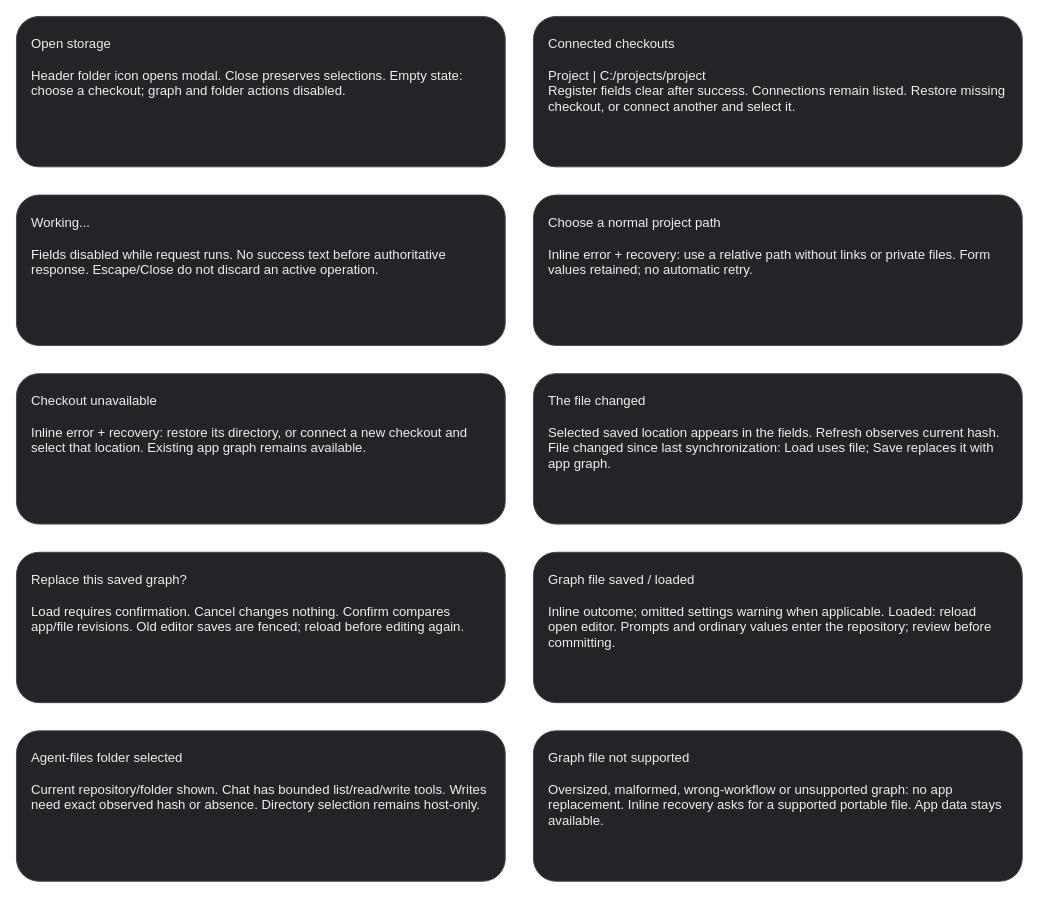
Before: page "Storage states and interactions" (2 of 2) of projects/laomedo/subsystems/agent-execution/design/project-storage.drawio in amadou-6e/specs, a draw.io diagram. Source tidied: cells renumbered, new cells numbered last; positions are measured from the earlier drawing's top-left corner, leaving out a move shared by most shapes. Both pictures are drawn from the tidied source at 94%, with x=0, y=0 at pixel (16, 16).
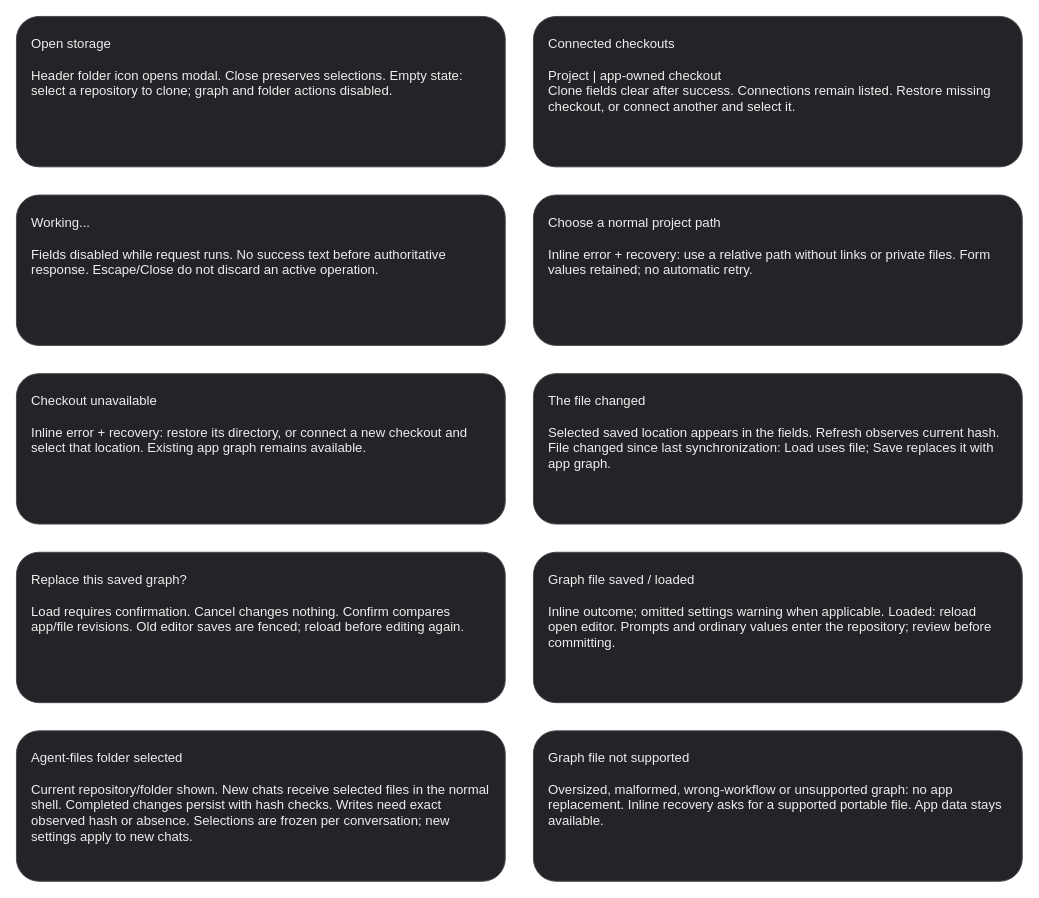
The same page after the edit.

Commit message (it also covers changes not shown here):
docs: specify cloned repositories and native chat file workspaces

The edit, as a diff of the source:
```diff
@@
 <mxGraphModel>
   <root>
     <mxCell id="0" />
     <mxCell id="1" parent="0" />
-    <mxCell id="2" value="Open storage&#10;&#10;Header folder icon opens modal. Close preserves selections. Empty state: choose a checkout; graph and folder actions disabled." style="rounded=1;whiteSpace=wrap;fillColor=#242428;fontColor=#eeeeee;strokeColor=#45454b;align=left;verticalAlign=top;spacing=16;fontSize=14;" parent="1" vertex="1">
+    <mxCell id="2" value="Open storage&#10;&#10;Header folder icon opens modal. Close preserves selections. Empty state: select a repository to clone; graph and folder actions disabled." style="rounded=1;whiteSpace=wrap;fillColor=#242428;fontColor=#eeeeee;strokeColor=#45454b;align=left;verticalAlign=top;spacing=16;fontSize=14;" parent="1" vertex="1">
       <mxGeometry width="520" height="160" as="geometry" />
     </mxCell>
-    <mxCell id="3" value="Connected checkouts&#10;&#10;Project | C:/projects/project&#10;Register fields clear after success. Connections remain listed. Restore missing checkout, or connect another and select it." style="rounded=1;whiteSpace=wrap;fillColor=#242428;fontColor=#eeeeee;strokeColor=#45454b;align=left;verticalAlign=top;spacing=16;fontSize=14;" parent="1" vertex="1">
+    <mxCell id="3" value="Connected checkouts&#10;&#10;Project | app-owned checkout&#10;Clone fields clear after success. Connections remain listed. Restore missing checkout, or connect another and select it." style="rounded=1;whiteSpace=wrap;fillColor=#242428;fontColor=#eeeeee;strokeColor=#45454b;align=left;verticalAlign=top;spacing=16;fontSize=14;" parent="1" vertex="1">
       <mxGeometry x="550" width="520" height="160" as="geometry" />
     </mxCell>
     <mxCell id="4" value="Working...&#10;&#10;Fields disabled while request runs. No success text before authoritative response. Escape/Close do not discard an active operation." style="rounded=1;whiteSpace=wrap;fillColor=#242428;fontColor=#eeeeee;strokeColor=#45454b;align=left;verticalAlign=top;spacing=16;fontSize=14;" parent="1" vertex="1">
       <mxGeometry y="190" width="520" height="160" as="geometry" />
     </mxCell>
     <mxCell id="5" value="Choose a normal project path&#10;&#10;Inline error + recovery: use a relative path without links or private files. Form values retained; no automatic retry." style="rounded=1;whiteSpace=wrap;fillColor=#242428;fontColor=#eeeeee;strokeColor=#45454b;align=left;verticalAlign=top;spacing=16;fontSize=14;" parent="1" vertex="1">
       <mxGeometry x="550" y="190" width="520" height="160" as="geometry" />
     </mxCell>
     <mxCell id="6" value="Checkout unavailable&#10;&#10;Inline error + recovery: restore its directory, or connect a new checkout and select that location. Existing app graph remains available." style="rounded=1;whiteSpace=wrap;fillColor=#242428;fontColor=#eeeeee;strokeColor=#45454b;align=left;verticalAlign=top;spacing=16;fontSize=14;" parent="1" vertex="1">
       <mxGeometry y="380" width="520" height="160" as="geometry" />
     </mxCell>
     <mxCell id="7" value="The file changed&#10;&#10;Selected saved location appears in the fields. Refresh observes current hash. File changed since last synchronization: Load uses file; Save replaces it with app graph." style="rounded=1;whiteSpace=wrap;fillColor=#242428;fontColor=#eeeeee;strokeColor=#45454b;align=left;verticalAlign=top;spacing=16;fontSize=14;" parent="1" vertex="1">
       <mxGeometry x="550" y="380" width="520" height="160" as="geometry" />
     </mxCell>
     <mxCell id="8" value="Replace this saved graph?&#10;&#10;Load requires confirmation. Cancel changes nothing. Confirm compares app/file revisions. Old editor saves are fenced; reload before editing again." style="rounded=1;whiteSpace=wrap;fillColor=#242428;fontColor=#eeeeee;strokeColor=#45454b;align=left;verticalAlign=top;spacing=16;fontSize=14;" parent="1" vertex="1">
       <mxGeometry y="570" width="520" height="160" as="geometry" />
     </mxCell>
     <mxCell id="9" value="Graph file saved / loaded&#10;&#10;Inline outcome; omitted settings warning when applicable. Loaded: reload open editor. Prompts and ordinary values enter the repository; review before committing." style="rounded=1;whiteSpace=wrap;fillColor=#242428;fontColor=#eeeeee;strokeColor=#45454b;align=left;verticalAlign=top;spacing=16;fontSize=14;" parent="1" vertex="1">
       <mxGeometry x="550" y="570" width="520" height="160" as="geometry" />
     </mxCell>
-    <mxCell id="10" value="Agent-files folder selected&#10;&#10;Current repository/folder shown. Chat has bounded list/read/write tools. Writes need exact observed hash or absence. Directory selection remains host-only." style="rounded=1;whiteSpace=wrap;fillColor=#242428;fontColor=#eeeeee;strokeColor=#45454b;align=left;verticalAlign=top;spacing=16;fontSize=14;" parent="1" vertex="1">
+    <mxCell id="10" value="Agent-files folder selected&#10;&#10;Current repository/folder shown. New chats receive selected files in the normal shell. Completed changes persist with hash checks. Writes need exact observed hash or absence. Selections are frozen per conversation; new settings apply to new chats." style="rounded=1;whiteSpace=wrap;fillColor=#242428;fontColor=#eeeeee;strokeColor=#45454b;align=left;verticalAlign=top;spacing=16;fontSize=14;" parent="1" vertex="1">
       <mxGeometry y="760" width="520" height="160" as="geometry" />
     </mxCell>
     <mxCell id="11" value="Graph file not supported&#10;&#10;Oversized, malformed, wrong-workflow or unsupported graph: no app replacement. Inline recovery asks for a supported portable file. App data stays available." style="rounded=1;whiteSpace=wrap;fillColor=#242428;fontColor=#eeeeee;strokeColor=#45454b;align=left;verticalAlign=top;spacing=16;fontSize=14;" parent="1" vertex="1">
       <mxGeometry x="550" y="760" width="520" height="160" as="geometry" />
     </mxCell>
   </root>
 </mxGraphModel>
```
